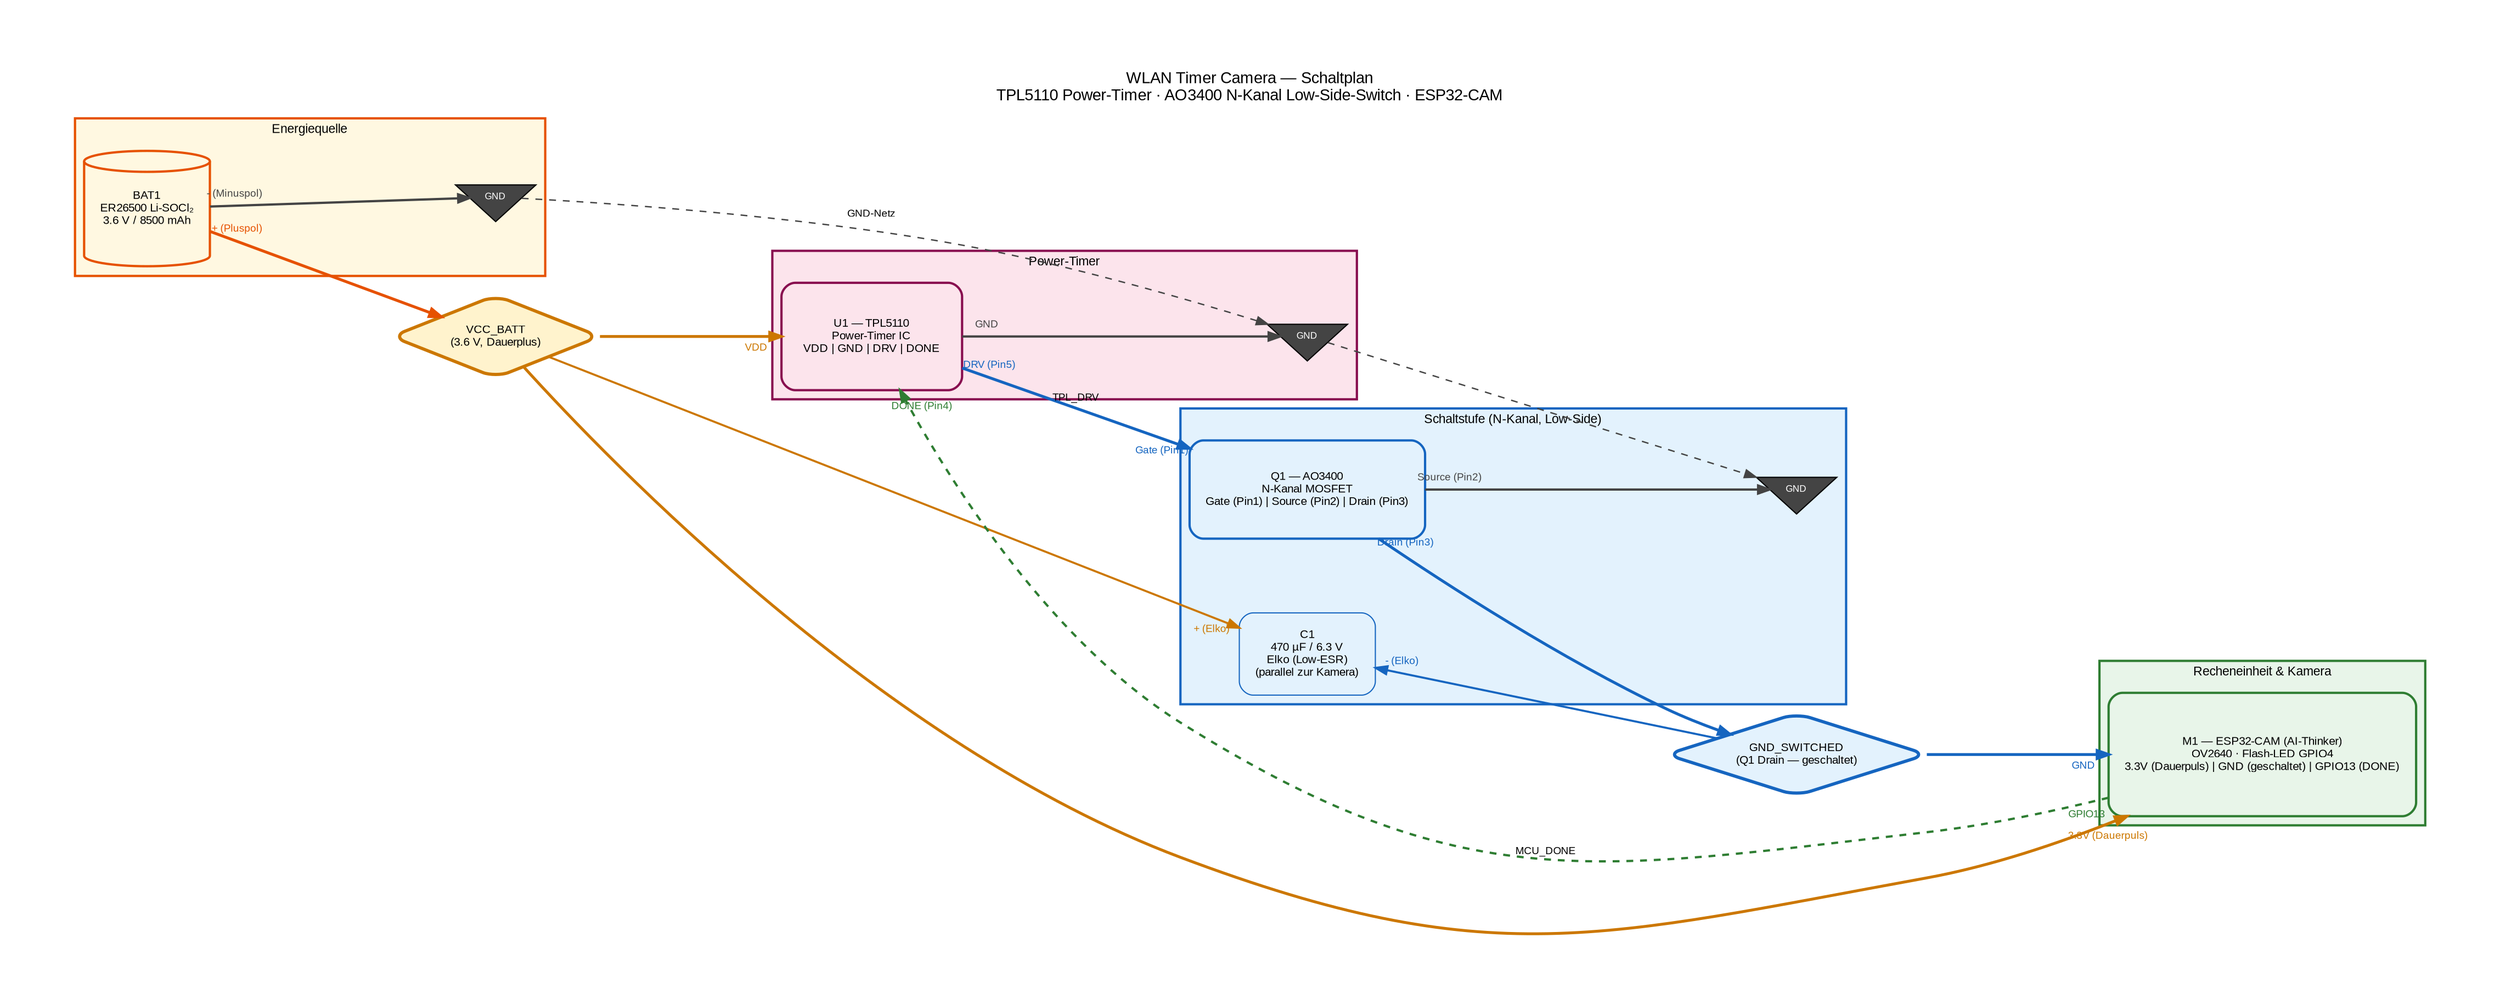
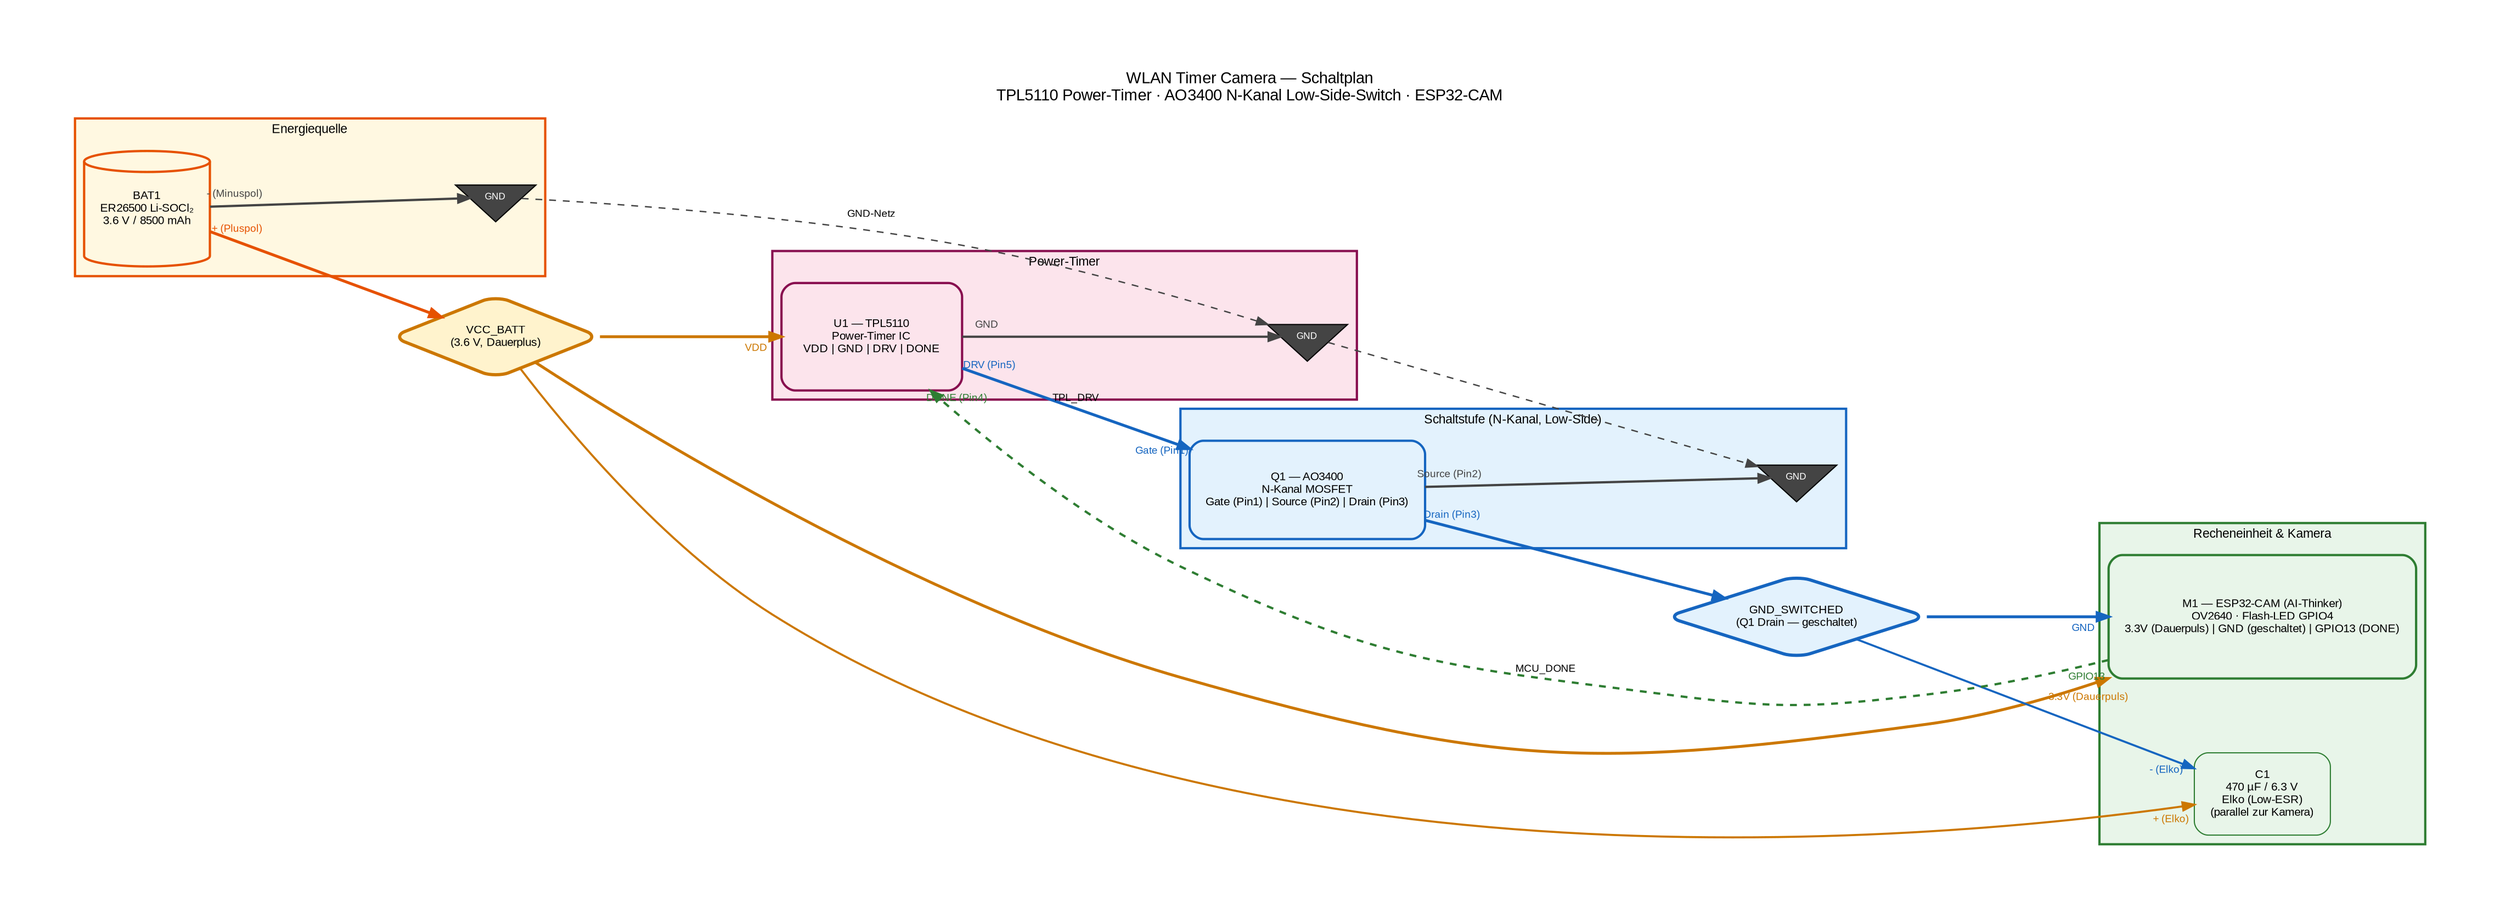
digraph WlanTimerCamera {
    graph [
        rankdir=LR
        fontname="Arial"
        fontsize=14
        label="WLAN Timer Camera — Schaltplan\nTPL5110 Power-Timer · AO3400 N-Kanal Low-Side-Switch · ESP32-CAM"
        labelloc=t
        labeljust=c
        splines=spline
        nodesep=0.9
        ranksep=2.2
        compound=true
        bgcolor=white
        pad=0.8
    ]
    node [fontname="Arial" fontsize=10 style="filled,rounded" shape=box margin="0.2,0.12"]
    edge [
        fontname="Arial"
        fontsize=9
        penwidth=1.5
        labelfontsize=9
        labeldistance=2.4
        labelangle=25
    ]

    // ── GND-Symbole (je eines pro Cluster) ───────────────────────────────────
    node [shape=invtriangle style=filled fillcolor="#444444" fontcolor=white
          fontsize=8 width=0.4 height=0.28 margin="0.04,0.04" label="GND"]
    gnd_src  gnd_timer  gnd_mosfet

    // Normalen Node-Stil wiederherstellen
    node [shape=box style="filled,rounded" fontsize=10 fontcolor=black
          margin="0.2,0.12" width=1.0 height=0.6]

    // ── Zwischenpotenziale (Diamonds) ────────────────────────────────────────
    VCC_BATT [
        label="VCC_BATT\n(3.6 V, Dauerplus)"
        shape=diamond
        fillcolor="#FFF3CD" color="#CC7700" penwidth=2.8
        width=2.1 height=1.0 fontsize=10
    ]

    GND_SW [
        label="GND_SWITCHED\n(Q1 Drain — geschaltet)"
        shape=diamond
        fillcolor="#E3F2FD" color="#1565C0" penwidth=2.8
        width=2.2 height=1.0 fontsize=10
    ]

    // ── Cluster: Energiequelle ───────────────────────────────────────────────
    subgraph cluster_source {
        label="Energiequelle"
        style=filled fillcolor="#FFF8E1" color="#E65100" penwidth=2
        fontname="Arial" fontsize=11

        BAT1 [
            label="BAT1\nER26500 Li-SOCl₂\n3.6 V / 8500 mAh"
            shape=cylinder width=1.3 height=1.4
            fillcolor="#FFF8E1" color="#E65100" penwidth=2
            style=filled
        ]
        gnd_src
    }

    // ── Cluster: Power-Timer ─────────────────────────────────────────────────
    subgraph cluster_timer {
        label="Power-Timer"
        style=filled fillcolor="#FCE4EC" color="#880E4F" penwidth=2
        fontname="Arial" fontsize=11

        U1 [
            label="U1 — TPL5110\nPower-Timer IC\nVDD | GND | DRV | DONE"
            shape=box width=2.2 height=1.3
            fillcolor="#FCE4EC" color="#880E4F" penwidth=2
            style="filled,rounded"
        ]
        gnd_timer
    }

    // ── Cluster: Schaltstufe (Low-Side) ─────────────────────────────────────
    subgraph cluster_switch {
        label="Schaltstufe (N-Kanal, Low-Side)"
        style=filled fillcolor="#E3F2FD" color="#1565C0" penwidth=2
        fontname="Arial" fontsize=11

        Q1 [
            label="Q1 — AO3400\nN-Kanal MOSFET\nGate (Pin1) | Source (Pin2) | Drain (Pin3)"
            shape=box width=2.4 height=1.2
            fillcolor="#E3F2FD" color="#1565C0" penwidth=2
            style="filled,rounded"
        ]
-         C1 [
-             label="C1\n470 µF / 6.3 V\nElko (Low-ESR)\n(parallel zur Kamera)"
-             shape=box width=1.5 height=1.0
-             fillcolor="#E3F2FD" color="#1565C0"
-             style="filled,rounded"
-         ]
        gnd_mosfet
    }

    // ── Cluster: Recheneinheit & Kamera ──────────────────────────────────────
    subgraph cluster_mcu {
        label="Recheneinheit & Kamera"
        style=filled fillcolor="#E8F5E9" color="#2E7D32" penwidth=2
        fontname="Arial" fontsize=11

        M1 [
            label="M1 — ESP32-CAM (AI-Thinker)\nOV2640 · Flash-LED GPIO4\n3.3V (Dauerpuls) | GND (geschaltet) | GPIO13 (DONE)"
            shape=box width=2.8 height=1.5
            fillcolor="#E8F5E9" color="#2E7D32" penwidth=2
+             style="filled,rounded"
+         ]
+         C1 [
+             label="C1\n470 µF / 6.3 V\nElko (Low-ESR)\n(parallel zur Kamera)"
+             shape=box width=1.5 height=1.0
+             fillcolor="#E8F5E9" color="#2E7D32"
            style="filled,rounded"
        ]
    }

    // ════════════════════════════════════════════════════════════════════════════
    // KANTEN — Versorgungspfad
    // ════════════════════════════════════════════════════════════════════════════

    // Batterie Pluspol → VCC_BATT-Schiene
    BAT1 -> VCC_BATT [
        taillabel="+ (Pluspol)"  headlabel=""
        color="#E65100" penwidth=2.5 labelfontcolor="#E65100"
    ]

    // Batterie Minuspol → lokales GND-Symbol
    BAT1 -> gnd_src [
        taillabel="- (Minuspol)"  headlabel=""
        color="#444444" penwidth=2 labelfontcolor="#444444"
    ]

    // VCC_BATT → TPL5110 VDD (Dauerversorgung Timer)
    VCC_BATT -> U1 [
        taillabel=""  headlabel="VDD"
        color="#CC7700" penwidth=2.5 labelfontcolor="#CC7700"
    ]

    // VCC_BATT → ESP32-CAM 3.3V  !! Dauerpuls — bypasses MOSFET !!
    VCC_BATT -> M1 [
        taillabel=""  headlabel="3.3V (Dauerpuls)"
        color="#CC7700" penwidth=2.5 labelfontcolor="#CC7700"
        constraint=false
    ]

    // VCC_BATT → C1+  (Elko-Pluspol immer auf VCC_BATT)
    VCC_BATT -> C1 [
        taillabel=""  headlabel="+ (Elko)"
        color="#CC7700" penwidth=1.8 labelfontcolor="#CC7700"
        constraint=false
    ]

    // ════════════════════════════════════════════════════════════════════════════
    // KANTEN — Steuersignal
    // ════════════════════════════════════════════════════════════════════════════

    // TPL5110 DRV → Q1 Gate  (HIGH = MOSFET ein; im Schlaf aktiv auf GND gezogen)
    U1 -> Q1 [
        taillabel="DRV (Pin5)"  headlabel="Gate (Pin1)"
        color="#1565C0" penwidth=2.5 labelfontcolor="#1565C0"
        label="TPL_DRV"
    ]

    // ════════════════════════════════════════════════════════════════════════════
    // KANTEN — Geschaltete GND-Leitung
    // ════════════════════════════════════════════════════════════════════════════

    // Q1 Drain → GND_SWITCHED-Schiene
    Q1 -> GND_SW [
        taillabel="Drain (Pin3)"  headlabel=""
        color="#1565C0" penwidth=2.5 labelfontcolor="#1565C0"
    ]

    // GND_SWITCHED → C1-  (Elko-Minuspol geschaltet)
    GND_SW -> C1 [
        taillabel=""  headlabel="- (Elko)"
        color="#1565C0" penwidth=1.8 labelfontcolor="#1565C0"
        constraint=false
    ]

    // GND_SWITCHED → ESP32-CAM GND  !! Kamera bekommt Masse erst wenn Q1 leitet !!
    GND_SW -> M1 [
        taillabel=""  headlabel="GND"
        color="#1565C0" penwidth=2.5 labelfontcolor="#1565C0"
    ]

    // ════════════════════════════════════════════════════════════════════════════
    // KANTEN — Feedback-Signal
    // ════════════════════════════════════════════════════════════════════════════

    // ESP32-CAM GPIO13 → TPL5110 DONE  (Kamera signalisiert Ende der Aufnahme)
    M1 -> U1 [
        taillabel="GPIO13"  headlabel="DONE (Pin4)"
        color="#2E7D32" penwidth=2 labelfontcolor="#2E7D32"
        label="MCU_DONE" style=dashed
        constraint=false
    ]

    // ════════════════════════════════════════════════════════════════════════════
    // KANTEN — GND-Netz (lokale Symbole verbinden)
    // ════════════════════════════════════════════════════════════════════════════

    // TPL5110 GND → lokales Symbol
    U1 -> gnd_timer [
        taillabel="GND"  headlabel=""
        color="#444444" penwidth=2 labelfontcolor="#444444"
    ]

    // Q1 Source → lokales GND (gemeinsam mit Batterie-Minus)
    Q1 -> gnd_mosfet [
        taillabel="Source (Pin2)"  headlabel=""
        color="#444444" penwidth=2 labelfontcolor="#444444"
    ]

    // GND-Netz-Verbindungen zwischen Clustern (gestrichelt = gleicher Knoten)
    gnd_src -> gnd_timer [
        color="#444444" penwidth=1.2 style=dashed
        label="GND-Netz"
        constraint=false
    ]
    gnd_timer -> gnd_mosfet [
        color="#444444" penwidth=1.2 style=dashed
        constraint=false
    ]
}
